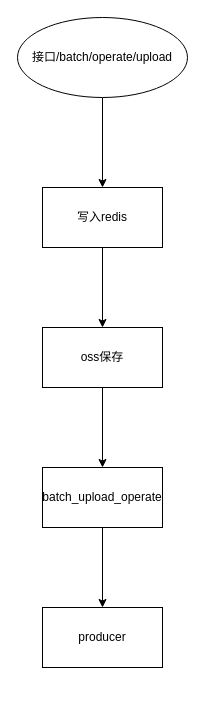
Above: upload-process.drawio in mirai3zZ/mojito (draw.io), before the change. Source tidied: cells renumbered, new cells numbered last; positions are measured from the earlier drawing's top-left corner, leaving out a move shared by most shapes. Both pictures are drawn from the tidied source at 100%, with x=0, y=0 at pixel (17, 17).
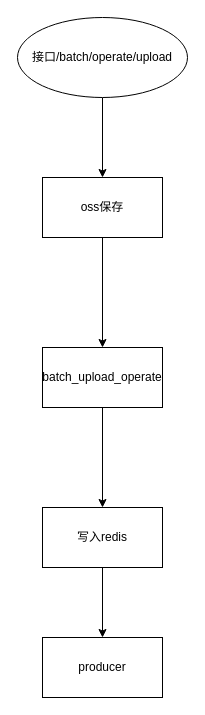
Above is the later version.

Change to the diagram source:
```diff
@@
 <mxGraphModel>
   <root>
     <mxCell id="0" />
     <mxCell id="1" parent="0" />
-    <mxCell id="2" style="edgeStyle=orthogonalEdgeStyle;rounded=0;jettySize=auto;html=1;" parent="1" edge="1" source="3" target="5">
-      <mxGeometry relative="1" as="geometry" />
-    </mxCell>
+    <mxCell id="11" style="edgeStyle=orthogonalEdgeStyle;rounded=0;jettySize=auto;html=1;exitX=0.5;exitY=1;exitDx=0;exitDy=0;" parent="1" edge="1" source="3" target="7">
+      <mxGeometry relative="1" as="geometry" />
+    </mxCell>
     <mxCell id="3" value="接口/batch/operate/upload" style="ellipse;whiteSpace=wrap;html=1;" parent="1" vertex="1">
       <mxGeometry width="170" height="80" as="geometry" />
     </mxCell>
-    <mxCell id="4" style="edgeStyle=orthogonalEdgeStyle;rounded=0;jettySize=auto;html=1;" parent="1" edge="1" source="5" target="7">
-      <mxGeometry relative="1" as="geometry" />
-    </mxCell>
+    <mxCell id="12" style="edgeStyle=orthogonalEdgeStyle;rounded=0;jettySize=auto;html=1;" parent="1" edge="1" source="5" target="10">
+      <mxGeometry relative="1" as="geometry" />
+    </mxCell>
     <mxCell id="5" value="写入redis" style="whiteSpace=wrap;html=1;" parent="1" vertex="1">
-      <mxGeometry x="25" y="170" width="120" height="60" as="geometry" />
+      <mxGeometry x="25" y="490" width="120" height="60" as="geometry" />
     </mxCell>
     <mxCell id="6" style="edgeStyle=orthogonalEdgeStyle;rounded=0;jettySize=auto;html=1;" parent="1" edge="1" source="7" target="9">
       <mxGeometry relative="1" as="geometry" />
     </mxCell>
     <mxCell id="7" value="oss保存" style="whiteSpace=wrap;html=1;" parent="1" vertex="1">
-      <mxGeometry x="25" y="310" width="120" height="60" as="geometry" />
+      <mxGeometry x="25" y="160" width="120" height="60" as="geometry" />
     </mxCell>
-    <mxCell id="8" style="edgeStyle=orthogonalEdgeStyle;rounded=0;jettySize=auto;html=1;" parent="1" edge="1" source="9" target="10">
-      <mxGeometry relative="1" as="geometry" />
-    </mxCell>
+    <mxCell id="13" style="edgeStyle=orthogonalEdgeStyle;rounded=0;jettySize=auto;html=1;" parent="1" edge="1" source="9" target="5">
+      <mxGeometry relative="1" as="geometry" />
+    </mxCell>
     <mxCell id="9" value="batch_upload_operate" style="whiteSpace=wrap;html=1;" parent="1" vertex="1">
-      <mxGeometry x="25" y="450" width="120" height="60" as="geometry" />
+      <mxGeometry x="25" y="330" width="120" height="60" as="geometry" />
     </mxCell>
     <mxCell id="10" value="producer" style="whiteSpace=wrap;html=1;" parent="1" vertex="1">
-      <mxGeometry x="25" y="590" width="120" height="60" as="geometry" />
+      <mxGeometry x="25" y="620" width="120" height="60" as="geometry" />
     </mxCell>
   </root>
 </mxGraphModel>
```
